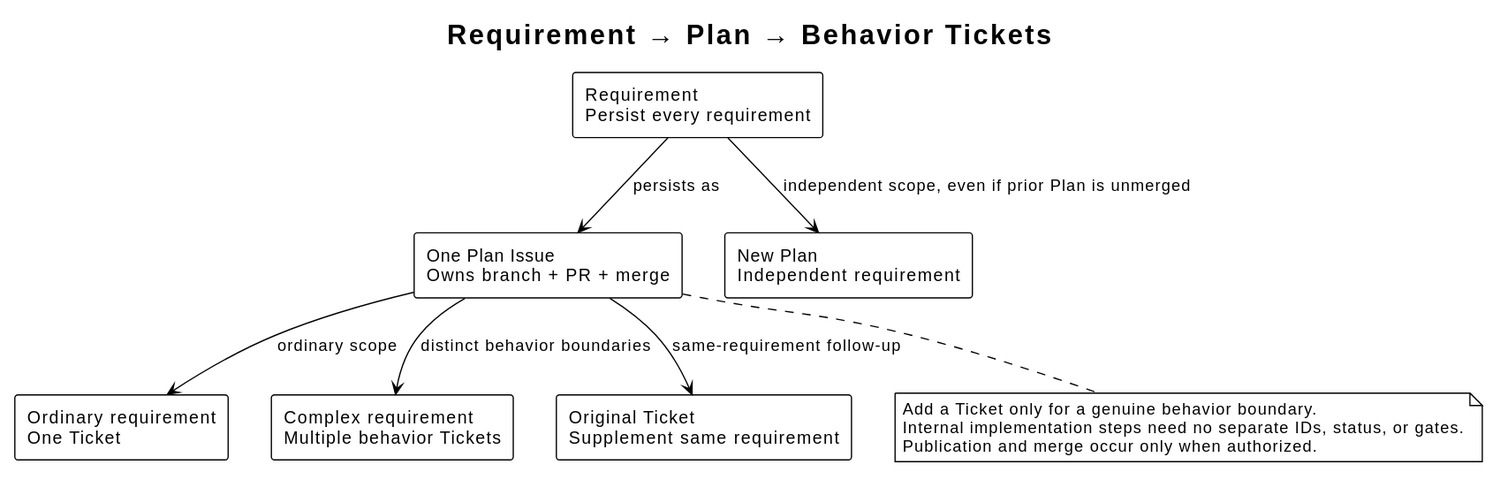
Before: docs/diagrams/plan-ticket.svg, a diagram exported from PlantUML (i-zrhe2016/codex-development-workflow). The source it was exported from:
```plantuml
@startuml
!theme plain
top to bottom direction
skinparam shadowing false
skinparam defaultFontName Arial

title Requirement → Plan → Behavior Tickets

rectangle "Requirement\nPersist every requirement" as requirement
rectangle "One Plan Issue\nOwns branch + PR + merge" as plan
rectangle "Ordinary requirement\nOne Ticket" as ordinary
rectangle "Complex requirement\nMultiple behavior Tickets" as complex
rectangle "Original Ticket\nSupplement same requirement" as original_ticket
rectangle "New Plan\nIndependent requirement" as new_plan

requirement --> plan : persists as
plan --> ordinary : ordinary scope
plan --> complex : distinct behavior boundaries
plan --> original_ticket : same-requirement follow-up
requirement --> new_plan : independent scope, even if prior Plan is unmerged

note bottom of plan
  Add a Ticket only for a genuine behavior boundary.
  Internal implementation steps need no separate IDs, status, or gates.
  Publication and merge occur only when authorized.
end note
@enduml
```
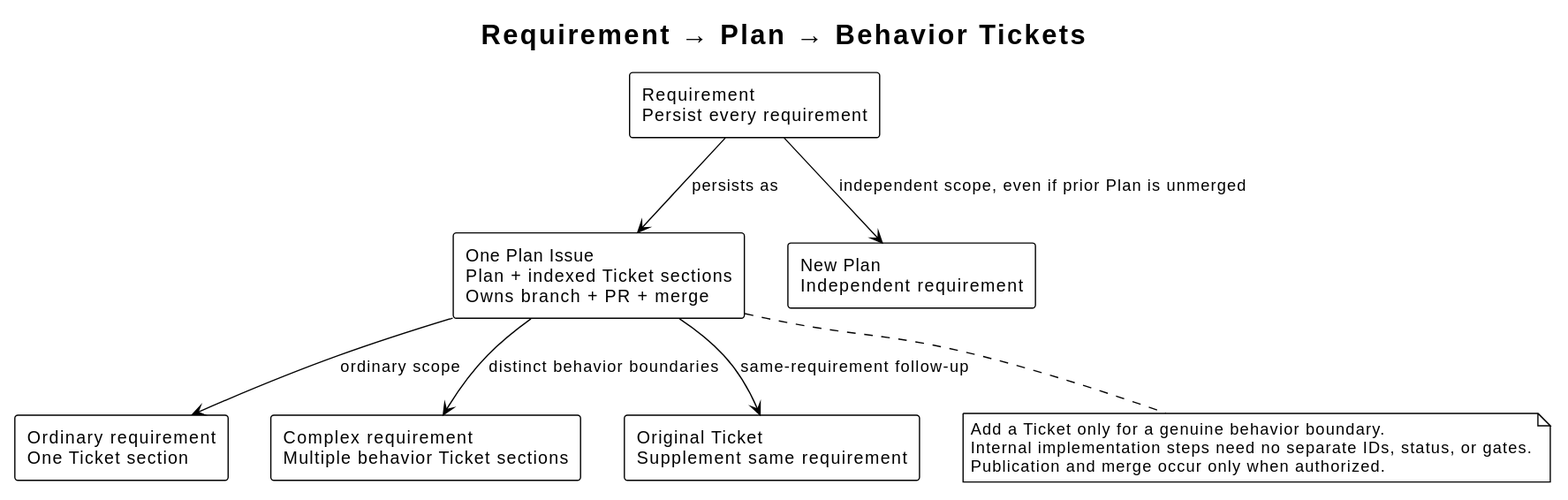
The same file after the commit.

Change to the diagram source:
```diff
@@ -7,9 +7,9 @@
 title Requirement → Plan → Behavior Tickets
 
 rectangle "Requirement\nPersist every requirement" as requirement
-rectangle "One Plan Issue\nOwns branch + PR + merge" as plan
-rectangle "Ordinary requirement\nOne Ticket" as ordinary
-rectangle "Complex requirement\nMultiple behavior Tickets" as complex
+rectangle "One Plan Issue\nPlan + indexed Ticket sections\nOwns branch + PR + merge" as plan
+rectangle "Ordinary requirement\nOne Ticket section" as ordinary
+rectangle "Complex requirement\nMultiple behavior Ticket sections" as complex
 rectangle "Original Ticket\nSupplement same requirement" as original_ticket
 rectangle "New Plan\nIndependent requirement" as new_plan
 
```
